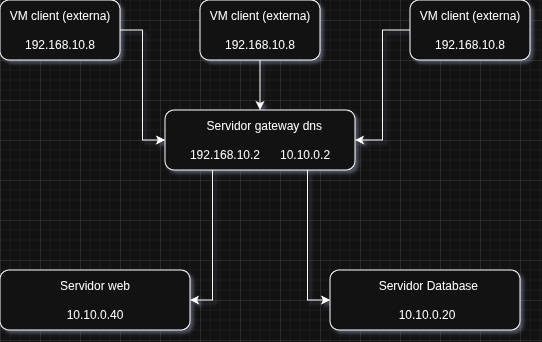
The draw.io diagram img/server-ops.drawio.png in Tfonseca200/server-ops, before a commit. Source tidied: cells renumbered, new cells last; positions are measured from the earlier drawing's top-left corner, leaving out a move shared by most shapes. The source it was exported from:
```xml
<mxGraphModel>
  <root>
    <mxCell id="0" />
    <mxCell id="1" parent="0" />
    <mxCell id="2" style="edgeStyle=orthogonalEdgeStyle;rounded=0;jettySize=auto;html=1;entryX=0.5;entryY=0;entryDx=0;entryDy=0;" parent="1" edge="1" source="3" target="5">
      <mxGeometry relative="1" as="geometry" />
    </mxCell>
    <mxCell id="3" value="VM client (externa)&lt;br&gt;&lt;br&gt;192.168.10.8" style="rounded=1;whiteSpace=wrap;html=1;" parent="1" vertex="1">
      <mxGeometry x="200" width="120" height="60" as="geometry" />
    </mxCell>
    <mxCell id="4" style="edgeStyle=orthogonalEdgeStyle;rounded=0;jettySize=auto;html=1;exitX=0.25;exitY=1;exitDx=0;exitDy=0;entryX=1;entryY=0.5;entryDx=0;entryDy=0;" parent="1" edge="1" source="5" target="10">
      <mxGeometry relative="1" as="geometry" />
    </mxCell>
    <mxCell id="5" value="&lt;div style=&quot;text-align: start;&quot;&gt;&lt;span style=&quot;background-color: transparent; color: light-dark(rgb(0, 0, 0), rgb(255, 255, 255));&quot;&gt;&amp;nbsp; &amp;nbsp; &amp;nbsp;Servidor gateway dns&lt;br&gt;&lt;br&gt;192.168.10.2&amp;nbsp; &amp;nbsp; &amp;nbsp; 10.10.0.2&lt;/span&gt;&lt;/div&gt;" style="rounded=1;whiteSpace=wrap;html=1;" parent="1" vertex="1">
      <mxGeometry x="165" y="110" width="190" height="60" as="geometry" />
    </mxCell>
    <mxCell id="6" style="edgeStyle=orthogonalEdgeStyle;rounded=0;jettySize=auto;html=1;entryX=0;entryY=0.5;entryDx=0;entryDy=0;" parent="1" edge="1" source="7" target="5">
      <mxGeometry relative="1" as="geometry" />
    </mxCell>
    <mxCell id="7" value="VM client (externa)&lt;br&gt;&lt;br&gt;192.168.10.8" style="rounded=1;whiteSpace=wrap;html=1;" parent="1" vertex="1">
      <mxGeometry width="120" height="60" as="geometry" />
    </mxCell>
    <mxCell id="8" style="edgeStyle=orthogonalEdgeStyle;rounded=0;jettySize=auto;html=1;entryX=1;entryY=0.5;entryDx=0;entryDy=0;" parent="1" edge="1" source="9" target="5">
      <mxGeometry relative="1" as="geometry" />
    </mxCell>
    <mxCell id="9" value="VM client (externa)&lt;br&gt;&lt;br&gt;192.168.10.8" style="rounded=1;whiteSpace=wrap;html=1;" parent="1" vertex="1">
      <mxGeometry x="410" width="120" height="60" as="geometry" />
    </mxCell>
    <mxCell id="10" value="&lt;div style=&quot;text-align: start;&quot;&gt;&lt;span style=&quot;background-color: transparent; color: light-dark(rgb(0, 0, 0), rgb(255, 255, 255));&quot;&gt;Servidor web&lt;br&gt;&lt;br&gt;&amp;nbsp; 10.10.0.40&lt;/span&gt;&lt;/div&gt;" style="rounded=1;whiteSpace=wrap;html=1;" parent="1" vertex="1">
      <mxGeometry y="270" width="190" height="60" as="geometry" />
    </mxCell>
    <mxCell id="11" value="&lt;div style=&quot;text-align: start;&quot;&gt;&lt;span style=&quot;background-color: transparent; color: light-dark(rgb(0, 0, 0), rgb(255, 255, 255));&quot;&gt;&amp;nbsp; Servidor Database&lt;br&gt;&lt;/span&gt;&lt;/div&gt;&lt;div style=&quot;text-align: start;&quot;&gt;&lt;span style=&quot;background-color: transparent; color: light-dark(rgb(0, 0, 0), rgb(255, 255, 255));&quot;&gt;&lt;br&gt;&lt;/span&gt;&lt;/div&gt;&lt;div style=&quot;text-align: start;&quot;&gt;&lt;span style=&quot;background-color: transparent; color: light-dark(rgb(0, 0, 0), rgb(255, 255, 255));&quot;&gt;&lt;span style=&quot;white-space: pre;&quot;&gt;&#9;&lt;/span&gt;10.10.0.20&lt;br&gt;&lt;/span&gt;&lt;/div&gt;" style="rounded=1;whiteSpace=wrap;html=1;" parent="1" vertex="1">
      <mxGeometry x="330" y="270" width="190" height="60" as="geometry" />
    </mxCell>
    <mxCell id="12" style="edgeStyle=orthogonalEdgeStyle;rounded=0;jettySize=auto;html=1;exitX=0.75;exitY=1;exitDx=0;exitDy=0;" parent="1" edge="1" source="5">
      <mxGeometry relative="1" as="geometry">
        <mxPoint x="330" y="300" as="targetPoint" />
        <Array as="points">
          <mxPoint x="307" y="300" />
          <mxPoint x="330" y="300" />
        </Array>
      </mxGeometry>
    </mxCell>
  </root>
</mxGraphModel>
```
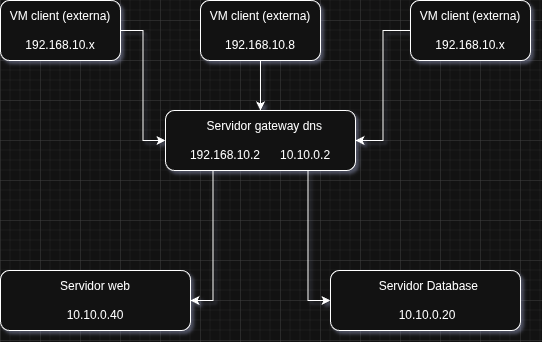
Above is the later version.

What changed in the source:
```diff
@@ -17,13 +17,13 @@
     <mxCell id="6" style="edgeStyle=orthogonalEdgeStyle;rounded=0;jettySize=auto;html=1;entryX=0;entryY=0.5;entryDx=0;entryDy=0;" parent="1" edge="1" source="7" target="5">
       <mxGeometry relative="1" as="geometry" />
     </mxCell>
-    <mxCell id="7" value="VM client (externa)&lt;br&gt;&lt;br&gt;192.168.10.8" style="rounded=1;whiteSpace=wrap;html=1;" parent="1" vertex="1">
+    <mxCell id="7" value="VM client (externa)&lt;br&gt;&lt;br&gt;192.168.10.x" style="rounded=1;whiteSpace=wrap;html=1;" parent="1" vertex="1">
       <mxGeometry width="120" height="60" as="geometry" />
     </mxCell>
     <mxCell id="8" style="edgeStyle=orthogonalEdgeStyle;rounded=0;jettySize=auto;html=1;entryX=1;entryY=0.5;entryDx=0;entryDy=0;" parent="1" edge="1" source="9" target="5">
       <mxGeometry relative="1" as="geometry" />
     </mxCell>
-    <mxCell id="9" value="VM client (externa)&lt;br&gt;&lt;br&gt;192.168.10.8" style="rounded=1;whiteSpace=wrap;html=1;" parent="1" vertex="1">
+    <mxCell id="9" value="VM client (externa)&lt;br&gt;&lt;br&gt;192.168.10.x" style="rounded=1;whiteSpace=wrap;html=1;" parent="1" vertex="1">
       <mxGeometry x="410" width="120" height="60" as="geometry" />
     </mxCell>
     <mxCell id="10" value="&lt;div style=&quot;text-align: start;&quot;&gt;&lt;span style=&quot;background-color: transparent; color: light-dark(rgb(0, 0, 0), rgb(255, 255, 255));&quot;&gt;Servidor web&lt;br&gt;&lt;br&gt;&amp;nbsp; 10.10.0.40&lt;/span&gt;&lt;/div&gt;" style="rounded=1;whiteSpace=wrap;html=1;" parent="1" vertex="1">
```
